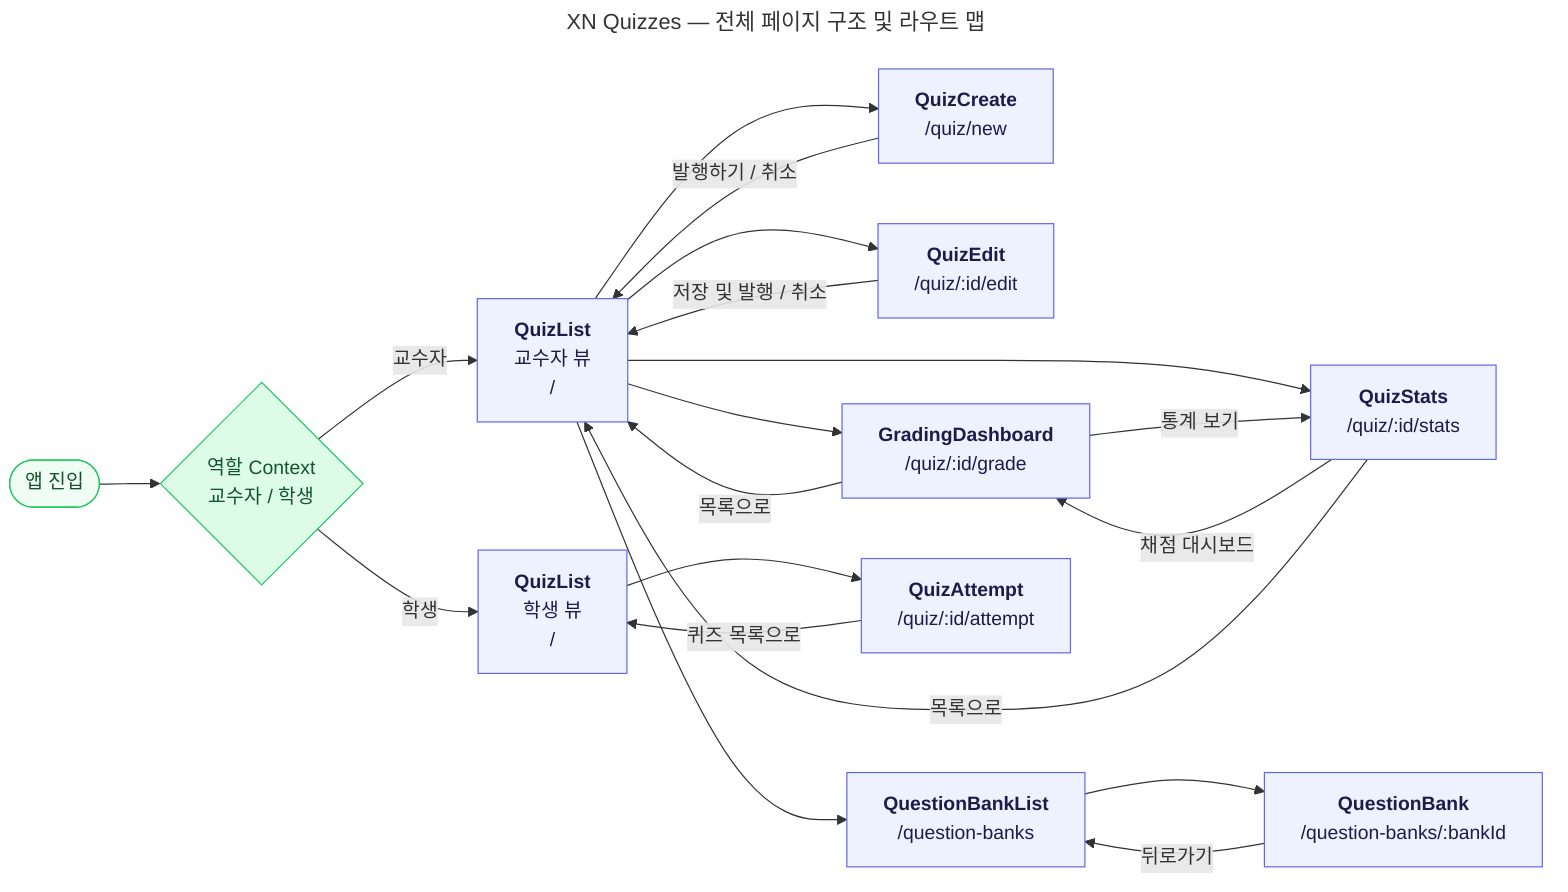
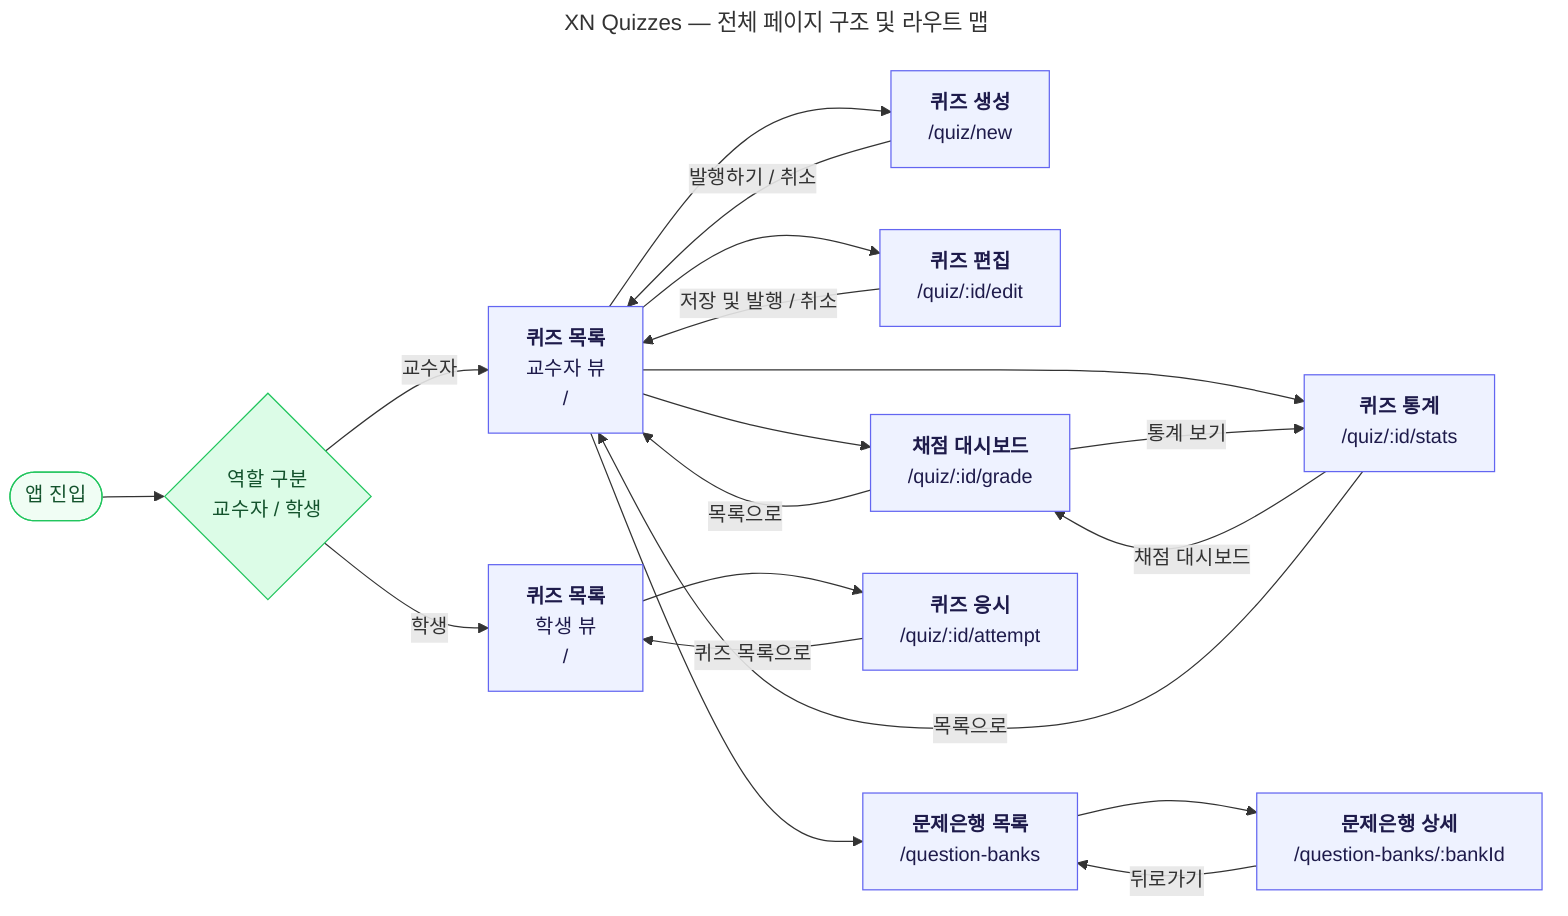
---
title: XN Quizzes — 전체 페이지 구조 및 라우트 맵
---
flowchart LR
-     START([앱 진입]) --> ROLE{역할 Context\n교수자 / 학생}
+     START([앱 진입]) --> ROLE{역할 구분\n교수자 / 학생}

    %% 교수자 영역
-     ROLE -->|교수자| QL_I["`**QuizList**
+     ROLE -->|교수자| QL_I["`**퀴즈 목록**
    교수자 뷰
    /`"]

-     QL_I --> QC["`**QuizCreate**
+     QL_I --> QC["`**퀴즈 생성**
    /quiz/new`"]
-     QL_I --> QE["`**QuizEdit**
+     QL_I --> QE["`**퀴즈 편집**
    /quiz/:id/edit`"]
-     QL_I --> GD["`**GradingDashboard**
+     QL_I --> GD["`**채점 대시보드**
    /quiz/:id/grade`"]
-     QL_I --> QS["`**QuizStats**
+     QL_I --> QS["`**퀴즈 통계**
    /quiz/:id/stats`"]
-     QL_I --> QBL["`**QuestionBankList**
+     QL_I --> QBL["`**문제은행 목록**
    /question-banks`"]
-     QBL --> QB["`**QuestionBank**
+     QBL --> QB["`**문제은행 상세**
    /question-banks/:bankId`"]

    %% 학생 영역
-     ROLE -->|학생| QL_S["`**QuizList**
+     ROLE -->|학생| QL_S["`**퀴즈 목록**
    학생 뷰
    /`"]
-     QL_S --> QA["`**QuizAttempt**
+     QL_S --> QA["`**퀴즈 응시**
    /quiz/:id/attempt`"]

    %% 페이지 간 역방향 이동
    QC -->|발행하기 / 취소| QL_I
    QE -->|저장 및 발행 / 취소| QL_I
    GD -->|목록으로| QL_I
    GD -->|통계 보기| QS
    QS -->|채점 대시보드| GD
    QS -->|목록으로| QL_I
    QA -->|퀴즈 목록으로| QL_S
    QB -->|뒤로가기| QBL

    %% 스타일 — 페이지 노드
    style QL_I fill:#EEF2FF,stroke:#6366F1,color:#1e1b4b
    style QL_S fill:#EEF2FF,stroke:#6366F1,color:#1e1b4b
    style QC  fill:#EEF2FF,stroke:#6366F1,color:#1e1b4b
    style QE  fill:#EEF2FF,stroke:#6366F1,color:#1e1b4b
    style GD  fill:#EEF2FF,stroke:#6366F1,color:#1e1b4b
    style QS  fill:#EEF2FF,stroke:#6366F1,color:#1e1b4b
    style QBL fill:#EEF2FF,stroke:#6366F1,color:#1e1b4b
    style QB  fill:#EEF2FF,stroke:#6366F1,color:#1e1b4b
    style QA  fill:#EEF2FF,stroke:#6366F1,color:#1e1b4b

    %% 스타일 — 분기/시작
    style START fill:#F0FDF4,stroke:#22C55E,color:#14532d
    style ROLE  fill:#DCFCE7,stroke:#22C55E,color:#14532d
